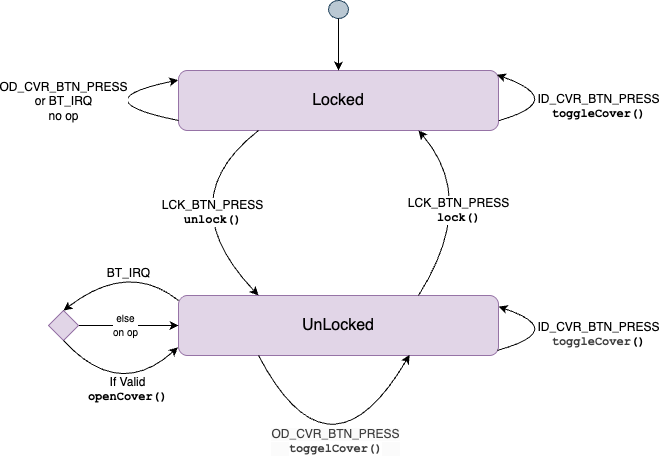
Before: docs/img/state.drawio.png, a diagram exported from draw.io (tonygilkerson/micro-python-projects). Source tidied: cells renumbered, new cells last; positions are measured from the earlier drawing's top-left corner, leaving out a move shared by most shapes.
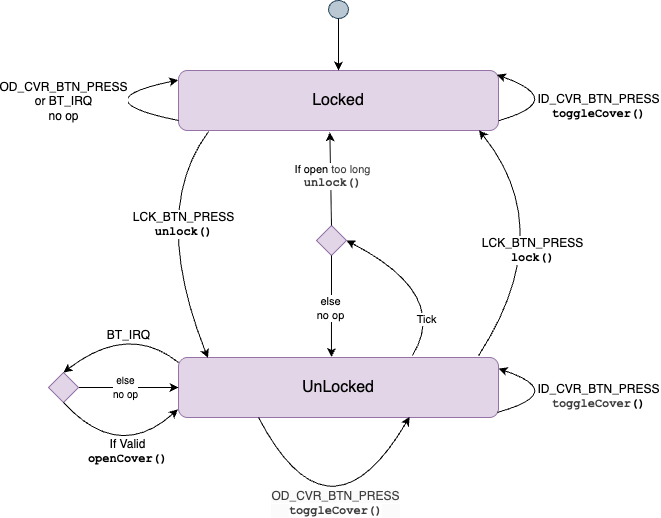
Above is the later version.

The edit, as a diff of the source:
```diff
@@ -12,12 +12,12 @@
       <mxGeometry relative="1" as="geometry" />
     </mxCell>
     <mxCell id="5" value="&lt;font style=&quot;font-size: 16px;&quot;&gt;UnLocked&lt;/font&gt;" style="rounded=1;whiteSpace=wrap;html=1;fillColor=#e1d5e7;strokeColor=#9673a6;" parent="1" vertex="1">
-      <mxGeometry x="130" y="295" width="320" height="60" as="geometry" />
+      <mxGeometry x="130" y="357" width="320" height="60" as="geometry" />
     </mxCell>
-    <mxCell id="6" style="curved=1;endArrow=classic;html=1;exitX=0.25;exitY=1;exitDx=0;exitDy=0;entryX=0.25;entryY=0;entryDx=0;entryDy=0;" parent="1" edge="1" source="3" target="5">
+    <mxCell id="6" style="curved=1;endArrow=classic;html=1;exitX=0.094;exitY=1.017;exitDx=0;exitDy=0;entryX=0.092;entryY=0.008;entryDx=0;entryDy=0;exitPerimeter=0;entryPerimeter=0;" parent="1" edge="1" source="3" target="5">
       <mxGeometry relative="1" as="geometry">
         <Array as="points">
-          <mxPoint x="120" y="200" />
+          <mxPoint x="101" y="210" />
         </Array>
       </mxGeometry>
     </mxCell>
@@ -26,10 +26,10 @@
         <mxPoint x="-7" as="offset" />
       </mxGeometry>
     </mxCell>
-    <mxCell id="8" style="curved=1;endArrow=classic;html=1;exitX=0.75;exitY=0;exitDx=0;exitDy=0;entryX=0.75;entryY=1;entryDx=0;entryDy=0;" parent="1" edge="1" source="5" target="3">
+    <mxCell id="8" style="curved=1;endArrow=classic;html=1;exitX=0.938;exitY=-0.033;exitDx=0;exitDy=0;entryX=0.939;entryY=0.996;entryDx=0;entryDy=0;exitPerimeter=0;entryPerimeter=0;" parent="1" edge="1" source="5" target="3">
       <mxGeometry relative="1" as="geometry">
         <Array as="points">
-          <mxPoint x="430" y="200" />
+          <mxPoint x="511" y="230" />
         </Array>
       </mxGeometry>
     </mxCell>
@@ -41,16 +41,16 @@
     <mxCell id="10" style="edgeStyle=none;html=1;entryX=0;entryY=0.5;entryDx=0;entryDy=0;" parent="1" edge="1" source="12" target="5">
       <mxGeometry relative="1" as="geometry" />
     </mxCell>
-    <mxCell id="11" value="&lt;font style=&quot;font-size: 10px;&quot;&gt;else&lt;/font&gt;&lt;div&gt;&lt;font style=&quot;font-size: 10px;&quot;&gt;on op&lt;/font&gt;&lt;/div&gt;" style="edgeLabel;html=1;align=center;verticalAlign=middle;" parent="10" vertex="1">
+    <mxCell id="11" value="&lt;font style=&quot;font-size: 10px;&quot;&gt;else&lt;/font&gt;&lt;div&gt;&lt;font style=&quot;font-size: 10px;&quot;&gt;no op&lt;/font&gt;&lt;/div&gt;" style="edgeLabel;html=1;align=center;verticalAlign=middle;" parent="10" vertex="1">
       <mxGeometry x="-0.09" y="1" relative="1" as="geometry" />
     </mxCell>
     <mxCell id="12" style="rhombus;whiteSpace=wrap;html=1;fillColor=#e1d5e7;strokeColor=#9673a6;" parent="1" vertex="1">
-      <mxGeometry y="310" width="30" height="30" as="geometry" />
+      <mxGeometry y="372" width="30" height="30" as="geometry" />
     </mxCell>
     <mxCell id="13" style="curved=1;endArrow=classic;html=1;exitX=0;exitY=0.083;exitDx=0;exitDy=0;entryX=0.5;entryY=0;entryDx=0;entryDy=0;exitPerimeter=0;" parent="1" edge="1" source="5" target="12">
       <mxGeometry relative="1" as="geometry">
         <Array as="points">
-          <mxPoint x="80" y="260" />
+          <mxPoint x="80" y="322" />
         </Array>
       </mxGeometry>
     </mxCell>
@@ -62,7 +62,7 @@
     <mxCell id="15" style="curved=1;endArrow=classic;html=1;exitX=0.5;exitY=1;exitDx=0;exitDy=0;entryX=-0.002;entryY=0.865;entryDx=0;entryDy=0;entryPerimeter=0;" parent="1" edge="1" source="12" target="5">
       <mxGeometry relative="1" as="geometry">
         <Array as="points">
-          <mxPoint x="70" y="400" />
+          <mxPoint x="70" y="462" />
         </Array>
       </mxGeometry>
     </mxCell>
@@ -86,7 +86,7 @@
     <mxCell id="19" style="curved=1;endArrow=classic;html=1;entryX=1;entryY=0.185;entryDx=0;entryDy=0;entryPerimeter=0;exitX=0.996;exitY=0.916;exitDx=0;exitDy=0;exitPerimeter=0;" parent="1" edge="1" source="5" target="5">
       <mxGeometry relative="1" as="geometry">
         <Array as="points">
-          <mxPoint x="520" y="330" />
+          <mxPoint x="520" y="392" />
         </Array>
       </mxGeometry>
     </mxCell>
@@ -111,14 +111,39 @@
     <mxCell id="23" style="curved=1;endArrow=classic;html=1;exitX=0.25;exitY=1;exitDx=0;exitDy=0;entryX=0.722;entryY=0.99;entryDx=0;entryDy=0;entryPerimeter=0;" parent="1" edge="1" source="5" target="5">
       <mxGeometry relative="1" as="geometry">
         <Array as="points">
-          <mxPoint x="281" y="490" />
+          <mxPoint x="281" y="552" />
         </Array>
       </mxGeometry>
     </mxCell>
-    <mxCell id="24" value="&lt;span style=&quot;scrollbar-color: rgb(226, 226, 226) rgb(251, 251, 251); background-color: rgb(251, 251, 251); color: rgb(0, 0, 0);&quot;&gt;&lt;font style=&quot;scrollbar-color: rgb(226, 226, 226) rgb(251, 251, 251); color: rgb(63, 63, 63); font-size: 12px;&quot;&gt;OD_CVR_BTN_PRESS&lt;/font&gt;&lt;/span&gt;&lt;div style=&quot;scrollbar-color: rgb(226, 226, 226) rgb(251, 251, 251); background-color: rgb(251, 251, 251); color: rgb(63, 63, 63);&quot;&gt;&lt;b style=&quot;scrollbar-color: rgb(226, 226, 226) rgb(251, 251, 251); background-color: rgb(255, 255, 255); font-family: &amp;quot;Courier New&amp;quot;; font-size: 12px; color: rgb(63, 63, 63);&quot;&gt;toggelCover&lt;/b&gt;&lt;font style=&quot;color: rgb(63, 63, 63); scrollbar-color: rgb(226, 226, 226) rgb(251, 251, 251); background-color: rgb(255, 255, 255); font-size: 12px;&quot; face=&quot;Courier New&quot;&gt;&lt;b style=&quot;color: rgb(63, 63, 63); scrollbar-color: rgb(226, 226, 226) rgb(251, 251, 251);&quot;&gt;()&lt;/b&gt;&lt;/font&gt;&lt;/div&gt;" style="edgeLabel;html=1;align=center;verticalAlign=middle;" parent="23" vertex="1">
+    <mxCell id="24" value="&lt;span style=&quot;scrollbar-color: rgb(226, 226, 226) rgb(251, 251, 251); background-color: rgb(251, 251, 251); color: rgb(0, 0, 0);&quot;&gt;&lt;font style=&quot;scrollbar-color: rgb(226, 226, 226) rgb(251, 251, 251); color: rgb(63, 63, 63); font-size: 12px;&quot;&gt;OD_CVR_BTN_PRESS&lt;/font&gt;&lt;/span&gt;&lt;div style=&quot;scrollbar-color: rgb(226, 226, 226) rgb(251, 251, 251); background-color: rgb(251, 251, 251); color: rgb(63, 63, 63);&quot;&gt;&lt;b style=&quot;scrollbar-color: rgb(226, 226, 226) rgb(251, 251, 251); background-color: rgb(255, 255, 255); font-family: &amp;quot;Courier New&amp;quot;; font-size: 12px; color: rgb(63, 63, 63);&quot;&gt;toggleCover&lt;/b&gt;&lt;font style=&quot;color: rgb(63, 63, 63); scrollbar-color: rgb(226, 226, 226) rgb(251, 251, 251); background-color: rgb(255, 255, 255); font-size: 12px;&quot; face=&quot;Courier New&quot;&gt;&lt;b style=&quot;color: rgb(63, 63, 63); scrollbar-color: rgb(226, 226, 226) rgb(251, 251, 251);&quot;&gt;()&lt;/b&gt;&lt;/font&gt;&lt;/div&gt;" style="edgeLabel;html=1;align=center;verticalAlign=middle;" parent="23" vertex="1">
       <mxGeometry x="0.37" y="27" relative="1" as="geometry">
         <mxPoint x="-1" y="15" as="offset" />
       </mxGeometry>
     </mxCell>
+    <mxCell id="25" style="rhombus;whiteSpace=wrap;html=1;fillColor=#e1d5e7;strokeColor=#9673a6;" parent="1" vertex="1">
+      <mxGeometry x="268" y="225" width="30" height="30" as="geometry" />
+    </mxCell>
+    <mxCell id="26" style="curved=1;endArrow=classic;html=1;entryX=1;entryY=0.5;entryDx=0;entryDy=0;exitX=0.731;exitY=-0.033;exitDx=0;exitDy=0;exitPerimeter=0;" parent="1" edge="1" source="5" target="25">
+      <mxGeometry relative="1" as="geometry">
+        <Array as="points">
+          <mxPoint x="402" y="294" />
+        </Array>
+      </mxGeometry>
+    </mxCell>
+    <mxCell id="27" value="Tick" style="edgeLabel;html=1;align=center;verticalAlign=middle;" parent="26" vertex="1">
+      <mxGeometry x="-0.6" y="8" relative="1" as="geometry" />
+    </mxCell>
+    <mxCell id="28" style="endArrow=classic;html=1;entryX=0.478;entryY=-0.008;entryDx=0;entryDy=0;exitX=0.5;exitY=1;exitDx=0;exitDy=0;entryPerimeter=0;" parent="1" edge="1" source="25" target="5">
+      <mxGeometry relative="1" as="geometry" />
+    </mxCell>
+    <mxCell id="29" value="else&lt;div&gt;no op&lt;/div&gt;" style="edgeLabel;html=1;align=center;verticalAlign=middle;" parent="28" vertex="1">
+      <mxGeometry x="0.05" y="-1" relative="1" as="geometry" />
+    </mxCell>
+    <mxCell id="30" style="endArrow=classic;html=1;exitX=0.5;exitY=0;exitDx=0;exitDy=0;entryX=0.473;entryY=1.029;entryDx=0;entryDy=0;entryPerimeter=0;" parent="1" edge="1" source="25" target="3">
+      <mxGeometry relative="1" as="geometry" />
+    </mxCell>
+    <mxCell id="31" value="If open&amp;nbsp;&lt;span style=&quot;color: rgb(63, 63, 63); background-color: light-dark(#ffffff, var(--ge-dark-color, #121212));&quot;&gt;too long&lt;/span&gt;&lt;div&gt;&lt;b style=&quot;color: rgb(63, 63, 63); scrollbar-color: rgb(226, 226, 226) rgb(251, 251, 251); font-family: &amp;quot;Courier New&amp;quot;; font-size: 12px;&quot;&gt;unlock()&lt;/b&gt;&lt;span style=&quot;color: rgb(63, 63, 63); background-color: light-dark(#ffffff, var(--ge-dark-color, #121212));&quot;&gt;&lt;/span&gt;&lt;/div&gt;" style="edgeLabel;html=1;align=center;verticalAlign=middle;" parent="30" vertex="1">
+      <mxGeometry x="0.05" y="-1" relative="1" as="geometry" />
+    </mxCell>
   </root>
 </mxGraphModel>
```
